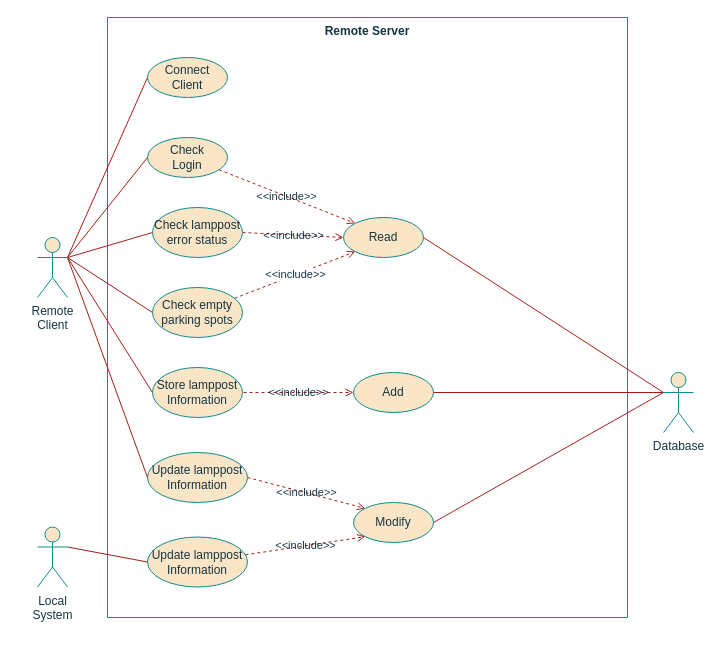
Earlier version of the draw.io diagram page "Server_UseCases" (6 of 6) of project/report/flowcharts/RemoteSystem.drawio (ESRGgroup9/slipad). Source tidied: cells renumbered, new cells numbered last; positions are measured from the earlier drawing's top-left corner, leaving out a move shared by most shapes. Both pictures are drawn from the tidied source at 100%, with x=0, y=0 at pixel (37, 17).
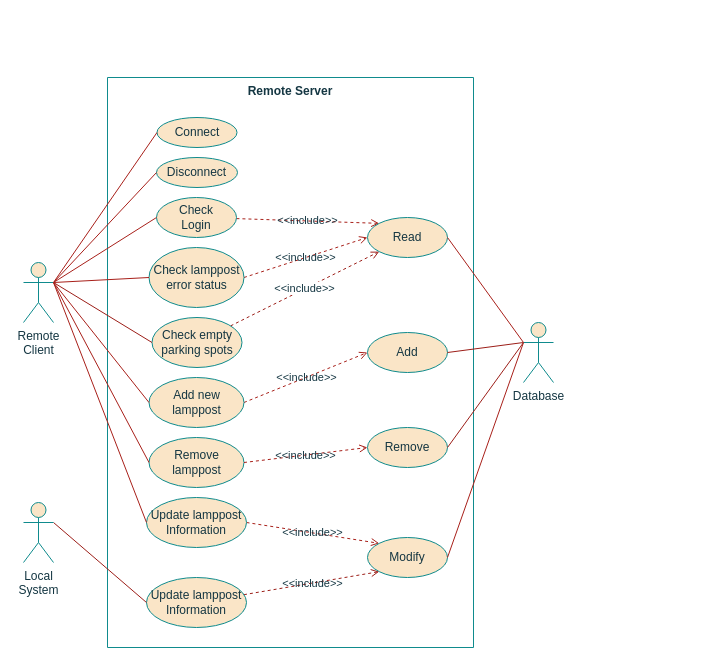
After the change.

What changed in the source:
```diff
@@
     <mxCell id="2" value="Remote Server" style="swimlane;startSize=0;verticalAlign=top;fillColor=#FAE5C7;strokeColor=#0F8B8D;fontColor=#143642;" parent="1" vertex="1">
-      <mxGeometry x="70" width="520" height="600" as="geometry" />
+      <mxGeometry x="70" y="60" width="366" height="570" as="geometry" />
     </mxCell>
@@
     <mxCell id="4" value="&lt;div&gt;Check &lt;br&gt;&lt;/div&gt;&lt;div&gt;Login&lt;/div&gt;" style="ellipse;whiteSpace=wrap;html=1;fillColor=#FAE5C7;strokeColor=#0F8B8D;fontColor=#143642;" parent="2" vertex="1">
-      <mxGeometry x="40" y="120" width="80" height="40" as="geometry" />
+      <mxGeometry x="49" y="120" width="80" height="40" as="geometry" />
     </mxCell>
-    <mxCell id="5" value="&lt;div&gt;Connect &lt;br&gt;&lt;/div&gt;&lt;div&gt;Client&lt;br&gt;&lt;/div&gt;" style="ellipse;whiteSpace=wrap;html=1;fillColor=#FAE5C7;strokeColor=#0F8B8D;fontColor=#143642;" parent="2" vertex="1">
-      <mxGeometry x="40" y="40" width="80" height="40" as="geometry" />
+    <mxCell id="5" value="&lt;div&gt;Connect &lt;br&gt;&lt;/div&gt;" style="ellipse;whiteSpace=wrap;html=1;fillColor=#FAE5C7;strokeColor=#0F8B8D;fontColor=#143642;" parent="2" vertex="1">
+      <mxGeometry x="49.5" y="40" width="80" height="30" as="geometry" />
     </mxCell>
-    <mxCell id="6" value="&amp;lt;&amp;lt;include&amp;gt;&amp;gt;" style="edgeStyle=none;rounded=0;jettySize=auto;html=1;dashed=1;endArrow=open;endFill=0;labelBackgroundColor=none;strokeColor=#A8201A;fontColor=#143642;entryX=0;entryY=0.5;entryDx=0;entryDy=0;" parent="2" edge="1" target="22">
-      <mxGeometry relative="1" as="geometry">
-        <mxPoint x="136" y="375" as="sourcePoint" />
-      </mxGeometry>
+    <mxCell id="6" value="&amp;lt;&amp;lt;include&amp;gt;&amp;gt;" style="edgeStyle=none;rounded=0;jettySize=auto;html=1;dashed=1;endArrow=open;endFill=0;labelBackgroundColor=none;strokeColor=#A8201A;fontColor=#143642;entryX=0;entryY=0.5;entryDx=0;entryDy=0;exitX=1;exitY=0.5;exitDx=0;exitDy=0;" parent="2" edge="1" source="7" target="22">
+      <mxGeometry relative="1" as="geometry" />
     </mxCell>
-    <mxCell id="7" value="&lt;div&gt;Store lamppost&lt;br&gt;&lt;/div&gt;&lt;div&gt;Information&lt;/div&gt;" style="ellipse;whiteSpace=wrap;html=1;fillColor=#FAE5C7;strokeColor=#0F8B8D;fontColor=#143642;" parent="2" vertex="1">
-      <mxGeometry x="45" y="350" width="90" height="50" as="geometry" />
+    <mxCell id="7" value="&lt;div&gt;Add new lamppost&lt;br&gt;&lt;/div&gt;" style="ellipse;whiteSpace=wrap;html=1;fillColor=#FAE5C7;strokeColor=#0F8B8D;fontColor=#143642;" parent="2" vertex="1">
+      <mxGeometry x="41.5" y="300" width="95" height="50" as="geometry" />
     </mxCell>
@@
     <mxCell id="9" value="&lt;div&gt;Update lamppost Information&lt;br&gt;&lt;/div&gt;" style="ellipse;whiteSpace=wrap;html=1;fillColor=#FAE5C7;strokeColor=#0F8B8D;fontColor=#143642;" parent="2" vertex="1">
-      <mxGeometry x="40" y="435" width="100" height="50" as="geometry" />
+      <mxGeometry x="39" y="420" width="100" height="50" as="geometry" />
     </mxCell>
@@
     <mxCell id="11" value="&lt;div&gt;Check lamppost error status&lt;/div&gt;" style="ellipse;whiteSpace=wrap;html=1;fillColor=#FAE5C7;strokeColor=#0F8B8D;fontColor=#143642;" parent="2" vertex="1">
-      <mxGeometry x="45" y="190" width="90" height="50" as="geometry" />
+      <mxGeometry x="41.5" y="170" width="95" height="60" as="geometry" />
     </mxCell>
     <mxCell id="12" value="Modify" style="ellipse;whiteSpace=wrap;html=1;fillColor=#FAE5C7;strokeColor=#0F8B8D;fontColor=#143642;" parent="2" vertex="1">
-      <mxGeometry x="246" y="485" width="80" height="40" as="geometry" />
+      <mxGeometry x="260" y="460" width="80" height="40" as="geometry" />
     </mxCell>
@@
     <mxCell id="18" value="&lt;div&gt;Check empty parking spots&lt;br&gt;&lt;/div&gt;" style="ellipse;whiteSpace=wrap;html=1;fillColor=#FAE5C7;strokeColor=#0F8B8D;fontColor=#143642;" parent="2" vertex="1">
-      <mxGeometry x="45" y="270" width="90" height="50" as="geometry" />
+      <mxGeometry x="44.5" y="240" width="90" height="50" as="geometry" />
     </mxCell>
@@
     <mxCell id="20" value="&lt;div&gt;Update lamppost Information&lt;br&gt;&lt;/div&gt;" style="ellipse;whiteSpace=wrap;html=1;fillColor=#FAE5C7;strokeColor=#0F8B8D;fontColor=#143642;" parent="2" vertex="1">
-      <mxGeometry x="40" y="519.5" width="100" height="50" as="geometry" />
+      <mxGeometry x="39" y="500" width="100" height="50" as="geometry" />
     </mxCell>
     <mxCell id="21" value="Read" style="ellipse;whiteSpace=wrap;html=1;fillColor=#FAE5C7;strokeColor=#0F8B8D;fontColor=#143642;" parent="2" vertex="1">
-      <mxGeometry x="236" y="200" width="80" height="40" as="geometry" />
+      <mxGeometry x="260" y="140" width="80" height="40" as="geometry" />
     </mxCell>
     <mxCell id="22" value="Add" style="ellipse;whiteSpace=wrap;html=1;fillColor=#FAE5C7;strokeColor=#0F8B8D;fontColor=#143642;" parent="2" vertex="1">
-      <mxGeometry x="246" y="355" width="80" height="40" as="geometry" />
+      <mxGeometry x="260" y="255" width="80" height="40" as="geometry" />
     </mxCell>
+    <mxCell id="36" value="Disconnect" style="ellipse;whiteSpace=wrap;html=1;fillColor=#FAE5C7;strokeColor=#0F8B8D;fontColor=#143642;" parent="2" vertex="1">
+      <mxGeometry x="49" y="80" width="81" height="30" as="geometry" />
+    </mxCell>
+    <mxCell id="37" value="&lt;div&gt;Remove lamppost&lt;br&gt;&lt;/div&gt;" style="ellipse;whiteSpace=wrap;html=1;fillColor=#FAE5C7;strokeColor=#0F8B8D;fontColor=#143642;" parent="2" vertex="1">
+      <mxGeometry x="41.5" y="360" width="95" height="50" as="geometry" />
+    </mxCell>
+    <mxCell id="38" value="Remove" style="ellipse;whiteSpace=wrap;html=1;fillColor=#FAE5C7;strokeColor=#0F8B8D;fontColor=#143642;" parent="2" vertex="1">
+      <mxGeometry x="260" y="350" width="80" height="40" as="geometry" />
+    </mxCell>
+    <mxCell id="39" value="&amp;lt;&amp;lt;include&amp;gt;&amp;gt;" style="edgeStyle=none;rounded=0;jettySize=auto;html=1;dashed=1;endArrow=open;endFill=0;labelBackgroundColor=none;strokeColor=#A8201A;fontColor=#143642;entryX=0;entryY=0.5;entryDx=0;entryDy=0;exitX=1;exitY=0.5;exitDx=0;exitDy=0;" parent="2" edge="1" source="37" target="38">
+      <mxGeometry relative="1" as="geometry" />
+    </mxCell>
@@
     <mxCell id="29" value="&lt;div&gt;Remote &lt;br&gt;&lt;/div&gt;&lt;div&gt;Client&lt;/div&gt;" style="shape=umlActor;verticalLabelPosition=bottom;verticalAlign=top;html=1;outlineConnect=0;fillColor=#FAE5C7;strokeColor=#0F8B8D;fontColor=#143642;" parent="1" vertex="1">
-      <mxGeometry y="220" width="30" height="60" as="geometry" />
+      <mxGeometry x="-14" y="245" width="30" height="60" as="geometry" />
     </mxCell>
@@
     <mxCell id="33" value="&lt;div&gt;Database&lt;/div&gt;" style="shape=umlActor;verticalLabelPosition=bottom;verticalAlign=top;html=1;outlineConnect=0;fillColor=#FAE5C7;strokeColor=#0F8B8D;fontColor=#143642;" parent="1" vertex="1">
-      <mxGeometry x="626" y="355" width="30" height="60" as="geometry" />
+      <mxGeometry x="486" y="305" width="30" height="60" as="geometry" />
     </mxCell>
@@
     <mxCell id="35" value="&lt;div&gt;Local &lt;br&gt;&lt;/div&gt;&lt;div&gt;System&lt;/div&gt;&lt;div&gt;&lt;br&gt;&lt;/div&gt;" style="shape=umlActor;verticalLabelPosition=bottom;verticalAlign=top;html=1;outlineConnect=0;fillColor=#FAE5C7;strokeColor=#0F8B8D;fontColor=#143642;" parent="1" vertex="1">
-      <mxGeometry y="509.5" width="30" height="60" as="geometry" />
+      <mxGeometry x="-14" y="485" width="30" height="60" as="geometry" />
     </mxCell>
+    <mxCell id="40" style="rounded=0;jettySize=auto;html=1;exitX=1;exitY=0.3333333333333333;exitDx=0;exitDy=0;exitPerimeter=0;entryX=0;entryY=0.5;entryDx=0;entryDy=0;endArrow=none;endFill=0;labelBackgroundColor=#DAD2D8;strokeColor=#A8201A;fontColor=#143642;" parent="1" edge="1" source="29" target="36">
+      <mxGeometry relative="1" as="geometry" />
+    </mxCell>
+    <mxCell id="41" style="edgeStyle=none;rounded=0;jettySize=auto;html=1;exitX=0;exitY=0.3333333333333333;exitDx=0;exitDy=0;exitPerimeter=0;entryX=1;entryY=0.5;entryDx=0;entryDy=0;labelBackgroundColor=none;fontSize=11;fontColor=#143642;endArrow=none;endFill=0;strokeColor=#9C1E18;strokeWidth=1;" parent="1" edge="1" source="33" target="38">
+      <mxGeometry relative="1" as="geometry" />
+    </mxCell>
+    <mxCell id="42" style="edgeStyle=none;rounded=0;jettySize=auto;html=1;exitX=1;exitY=0.3333333333333333;exitDx=0;exitDy=0;exitPerimeter=0;entryX=0;entryY=0.5;entryDx=0;entryDy=0;endArrow=none;endFill=0;labelBackgroundColor=#DAD2D8;strokeColor=#A8201A;fontColor=#143642;" parent="1" edge="1" source="29" target="37">
+      <mxGeometry relative="1" as="geometry" />
+    </mxCell>
```
